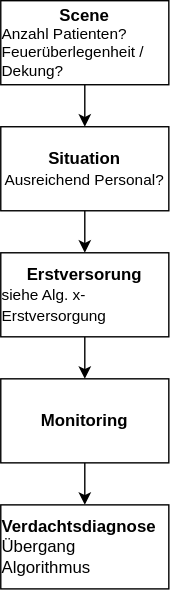
Before: img/medical/Basismaßnahmen.drawio.svg, a diagram exported from draw.io (immervoll/ALKIArmaSOPs). Source tidied: cells renumbered, new cells last; positions are measured from the earlier drawing's top-left corner, leaving out a move shared by most shapes. Source of this version:
```xml
<mxGraphModel>
  <root>
    <mxCell id="0" />
    <mxCell id="1" parent="0" />
    <mxCell id="2" style="edgeStyle=none;html=1;fontSize=11;" parent="1" edge="1" source="3" target="5">
      <mxGeometry relative="1" as="geometry" />
    </mxCell>
    <mxCell id="3" value="&lt;div&gt;&lt;b style=&quot;background-color: initial;&quot;&gt;Scene&lt;/b&gt;&lt;/div&gt;&lt;div style=&quot;text-align: left; font-size: 11px;&quot;&gt;&lt;span style=&quot;background-color: initial;&quot;&gt;Anzahl Patienten?&lt;/span&gt;&lt;br&gt;&lt;span style=&quot;background-color: initial;&quot;&gt;Feuerüberlegenheit / Dekung?&lt;/span&gt;&lt;/div&gt;" style="whiteSpace=wrap;html=1;" parent="1" vertex="1">
      <mxGeometry width="120" height="60" as="geometry" />
    </mxCell>
    <mxCell id="4" style="edgeStyle=none;html=1;fontSize=11;" parent="1" edge="1" source="5" target="7">
      <mxGeometry relative="1" as="geometry" />
    </mxCell>
    <mxCell id="5" value="&lt;div&gt;&lt;span style=&quot;background-color: initial; text-align: left;&quot;&gt;&lt;b&gt;Situation&lt;/b&gt;&lt;/span&gt;&lt;/div&gt;&lt;div style=&quot;text-align: left;&quot;&gt;&lt;span style=&quot;background-color: initial; font-size: 11px;&quot;&gt;Ausreichend Personal?&lt;/span&gt;&lt;/div&gt;" style="whiteSpace=wrap;html=1;" parent="1" vertex="1">
      <mxGeometry y="90" width="120" height="60" as="geometry" />
    </mxCell>
    <mxCell id="6" style="edgeStyle=none;html=1;fontSize=11;" parent="1" edge="1" source="7" target="9">
      <mxGeometry relative="1" as="geometry" />
    </mxCell>
    <mxCell id="7" value="&lt;div&gt;&lt;span style=&quot;background-color: initial; text-align: left;&quot;&gt;&lt;b&gt;Erstversorung&lt;/b&gt;&lt;/span&gt;&lt;/div&gt;&lt;div style=&quot;text-align: left;&quot;&gt;&lt;span style=&quot;background-color: initial; font-size: 11px;&quot;&gt;siehe Alg. x-Erstversorgung&lt;/span&gt;&lt;/div&gt;" style="whiteSpace=wrap;html=1;" parent="1" vertex="1">
      <mxGeometry y="180" width="120" height="60" as="geometry" />
    </mxCell>
    <mxCell id="8" style="edgeStyle=none;html=1;fontSize=11;" parent="1" edge="1" source="9" target="10">
      <mxGeometry relative="1" as="geometry" />
    </mxCell>
    <mxCell id="9" value="&lt;div&gt;&lt;span style=&quot;background-color: initial; text-align: left;&quot;&gt;&lt;b&gt;Monitoring&lt;/b&gt;&lt;/span&gt;&lt;/div&gt;" style="whiteSpace=wrap;html=1;" parent="1" vertex="1">
      <mxGeometry y="270" width="120" height="60" as="geometry" />
    </mxCell>
    <mxCell id="10" value="&lt;div style=&quot;text-align: left;&quot;&gt;&lt;span style=&quot;background-color: initial;&quot;&gt;&lt;b&gt;Verdachtsdiagnose&lt;/b&gt;&lt;/span&gt;&lt;/div&gt;&lt;div style=&quot;text-align: left;&quot;&gt;Übergang Algorithmus&lt;/div&gt;" style="whiteSpace=wrap;html=1;" parent="1" vertex="1">
      <mxGeometry y="360" width="120" height="60" as="geometry" />
    </mxCell>
  </root>
</mxGraphModel>
```
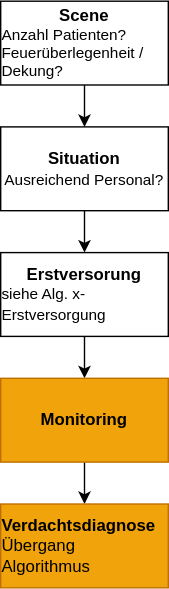
Later version of the same file.

Diff of the diagram source:
```diff
@@ -23,10 +23,10 @@
     <mxCell id="8" style="edgeStyle=none;html=1;fontSize=11;" parent="1" edge="1" source="9" target="10">
       <mxGeometry relative="1" as="geometry" />
     </mxCell>
-    <mxCell id="9" value="&lt;div&gt;&lt;span style=&quot;background-color: initial; text-align: left;&quot;&gt;&lt;b&gt;Monitoring&lt;/b&gt;&lt;/span&gt;&lt;/div&gt;" style="whiteSpace=wrap;html=1;" parent="1" vertex="1">
+    <mxCell id="9" value="&lt;div&gt;&lt;span style=&quot;background-color: initial; text-align: left;&quot;&gt;&lt;b&gt;Monitoring&lt;/b&gt;&lt;/span&gt;&lt;/div&gt;" style="whiteSpace=wrap;html=1;fillColor=#f0a30a;fontColor=#000000;strokeColor=#BD7000;" parent="1" vertex="1">
       <mxGeometry y="270" width="120" height="60" as="geometry" />
     </mxCell>
-    <mxCell id="10" value="&lt;div style=&quot;text-align: left;&quot;&gt;&lt;span style=&quot;background-color: initial;&quot;&gt;&lt;b&gt;Verdachtsdiagnose&lt;/b&gt;&lt;/span&gt;&lt;/div&gt;&lt;div style=&quot;text-align: left;&quot;&gt;Übergang Algorithmus&lt;/div&gt;" style="whiteSpace=wrap;html=1;" parent="1" vertex="1">
+    <mxCell id="10" value="&lt;div style=&quot;text-align: left;&quot;&gt;&lt;span style=&quot;background-color: initial;&quot;&gt;&lt;b&gt;Verdachtsdiagnose&lt;/b&gt;&lt;/span&gt;&lt;/div&gt;&lt;div style=&quot;text-align: left;&quot;&gt;Übergang Algorithmus&lt;/div&gt;" style="whiteSpace=wrap;html=1;fillColor=#f0a30a;fontColor=#000000;strokeColor=#BD7000;" parent="1" vertex="1">
       <mxGeometry y="360" width="120" height="60" as="geometry" />
     </mxCell>
   </root>
```
